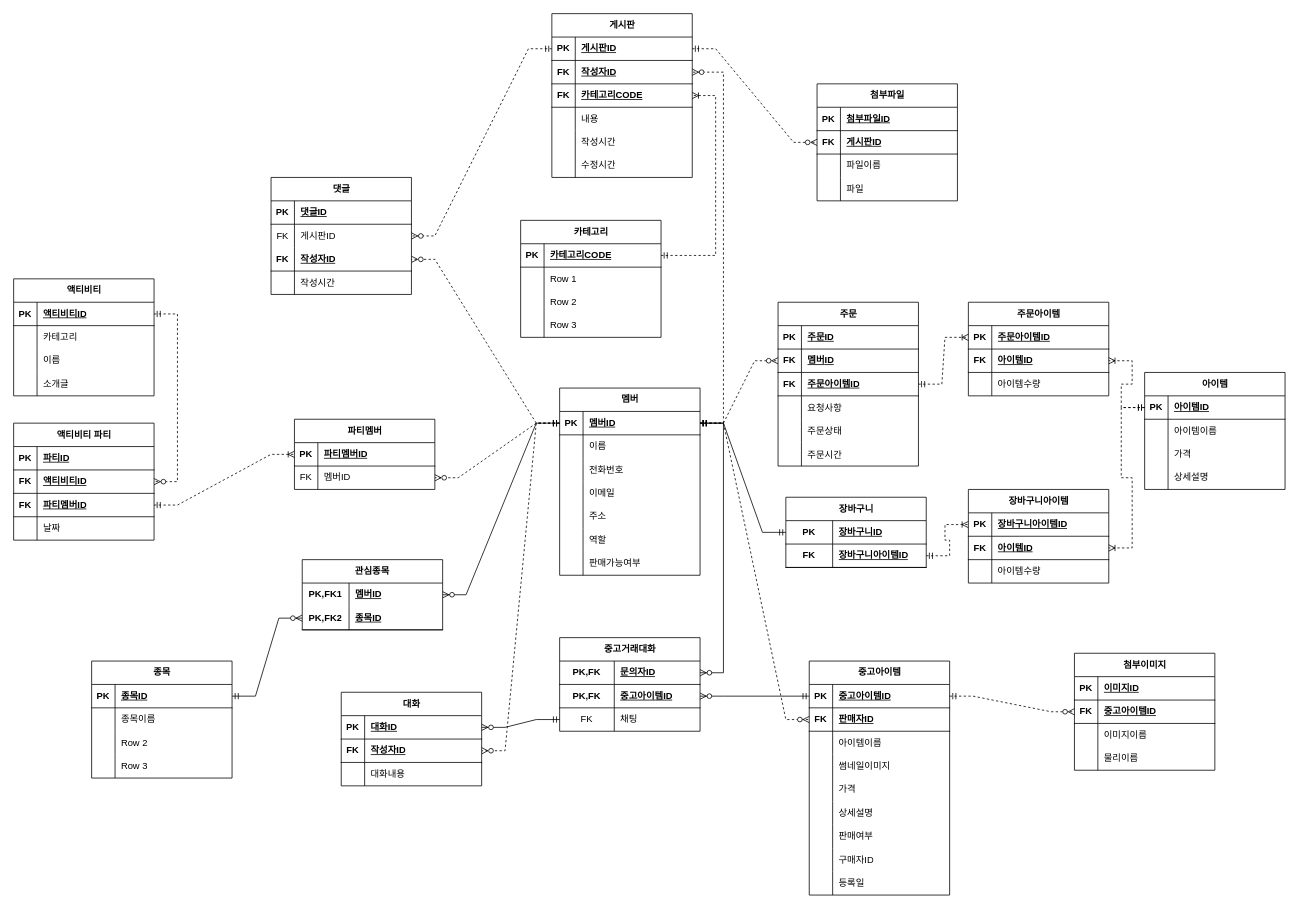
The draw.io diagram 연습다이어그램.drawio in GGoJae/erd, before the edit. Source tidied: cells renumbered, new cells numbered last; positions are measured from the earlier drawing's top-left corner, leaving out a move shared by most shapes. Both pictures are drawn from the tidied source at 78%, with x=0, y=0 at pixel (13, 13).
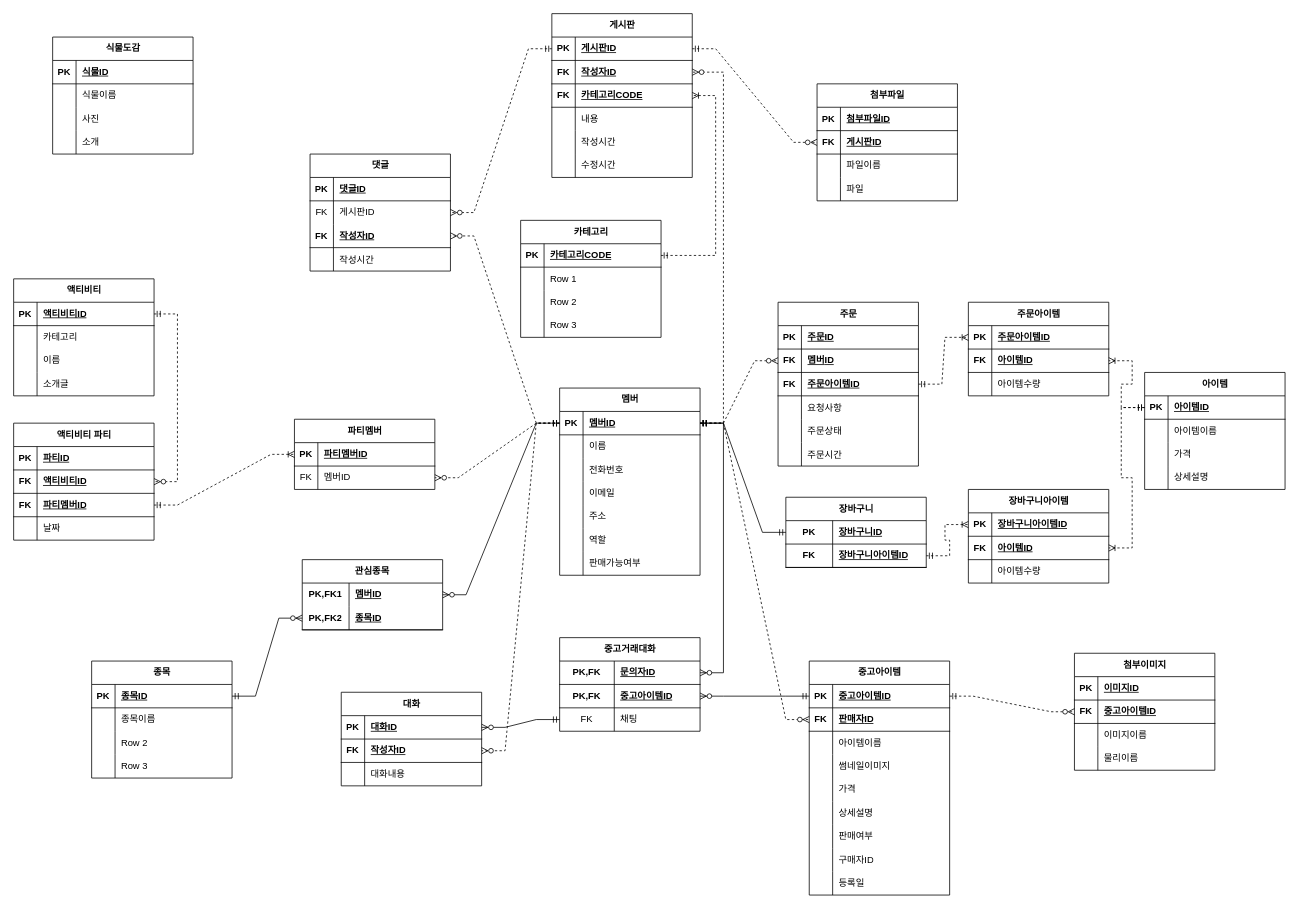
After the change.

Commit message (it also covers changes not shown here):
연습다이어그램.drawio 업데이트

What changed in the source:
```diff
@@
     <mxCell id="123" value="댓글" style="shape=table;startSize=30;childLayout=tableLayout;rowLines=0;fontStyle=1;align=center;html=1;" parent="1" vertex="1">
-      <mxGeometry x="330" y="210" width="180" height="150" as="geometry" />
+      <mxGeometry x="380" y="180" width="180" height="150" as="geometry" />
     </mxCell>
@@
+    <mxCell id="277" value="식물도감" style="shape=table;startSize=30;childLayout=tableLayout;rowLines=0;fontStyle=1;align=center;html=1;" parent="1" vertex="1">
+      <mxGeometry x="50" y="30" width="180" height="150" as="geometry" />
+    </mxCell>
+    <mxCell id="278" style="shape=tableRow;horizontal=0;startSize=0;swimlaneHead=0;swimlaneBody=0;fillColor=none;top=0;left=0;right=0;bottom=1;" parent="277" vertex="1">
+      <mxGeometry y="30" width="180" height="30" as="geometry" />
+    </mxCell>
+    <mxCell id="279" value="PK" style="shape=partialRectangle;fillColor=none;top=0;left=0;bottom=0;right=0;fontStyle=1;overflow=hidden;whiteSpace=wrap;html=1;" parent="278" vertex="1">
+      <mxGeometry width="30" height="30" as="geometry" />
+    </mxCell>
+    <mxCell id="280" value="식물ID" style="shape=partialRectangle;fillColor=none;top=0;left=0;bottom=0;right=0;align=left;spacingLeft=6;fontStyle=5;overflow=hidden;whiteSpace=wrap;html=1;" parent="278" vertex="1">
+      <mxGeometry x="30" width="150" height="30" as="geometry" />
+    </mxCell>
+    <mxCell id="281" style="shape=tableRow;horizontal=0;startSize=0;swimlaneHead=0;swimlaneBody=0;fillColor=none;top=0;left=0;right=0;bottom=0;" parent="277" vertex="1">
+      <mxGeometry y="60" width="180" height="30" as="geometry" />
+    </mxCell>
+    <mxCell id="282" style="shape=partialRectangle;fillColor=none;top=0;left=0;bottom=0;right=0;overflow=hidden;whiteSpace=wrap;html=1;" parent="281" vertex="1">
+      <mxGeometry width="30" height="30" as="geometry" />
+    </mxCell>
+    <mxCell id="283" value="식물이름" style="shape=partialRectangle;fillColor=none;top=0;left=0;bottom=0;right=0;align=left;spacingLeft=6;overflow=hidden;whiteSpace=wrap;html=1;" parent="281" vertex="1">
+      <mxGeometry x="30" width="150" height="30" as="geometry" />
+    </mxCell>
+    <mxCell id="284" style="shape=tableRow;horizontal=0;startSize=0;swimlaneHead=0;swimlaneBody=0;fillColor=none;top=0;left=0;right=0;bottom=0;" parent="277" vertex="1">
+      <mxGeometry y="90" width="180" height="30" as="geometry" />
+    </mxCell>
+    <mxCell id="285" style="shape=partialRectangle;fillColor=none;top=0;left=0;bottom=0;right=0;overflow=hidden;whiteSpace=wrap;html=1;" parent="284" vertex="1">
+      <mxGeometry width="30" height="30" as="geometry" />
+    </mxCell>
+    <mxCell id="286" value="사진" style="shape=partialRectangle;fillColor=none;top=0;left=0;bottom=0;right=0;align=left;spacingLeft=6;overflow=hidden;whiteSpace=wrap;html=1;" parent="284" vertex="1">
+      <mxGeometry x="30" width="150" height="30" as="geometry" />
+    </mxCell>
+    <mxCell id="287" style="shape=tableRow;horizontal=0;startSize=0;swimlaneHead=0;swimlaneBody=0;fillColor=none;top=0;left=0;right=0;bottom=0;" parent="277" vertex="1">
+      <mxGeometry y="120" width="180" height="30" as="geometry" />
+    </mxCell>
+    <mxCell id="288" style="shape=partialRectangle;fillColor=none;top=0;left=0;bottom=0;right=0;overflow=hidden;whiteSpace=wrap;html=1;" parent="287" vertex="1">
+      <mxGeometry width="30" height="30" as="geometry" />
+    </mxCell>
+    <mxCell id="289" value="소개" style="shape=partialRectangle;fillColor=none;top=0;left=0;bottom=0;right=0;align=left;spacingLeft=6;overflow=hidden;whiteSpace=wrap;html=1;" parent="287" vertex="1">
+      <mxGeometry x="30" width="150" height="30" as="geometry" />
+    </mxCell>
```
